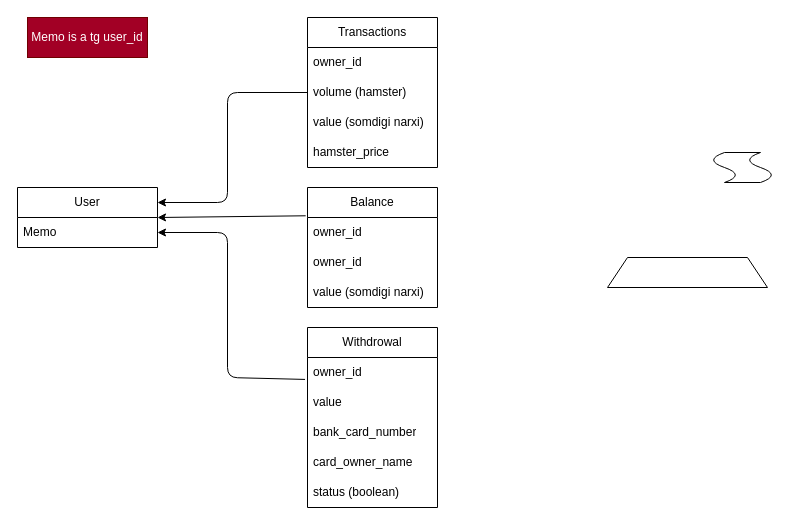
The draw.io diagram draw.io/hamster_db.drawio in AbdurrohmanJCom/Hamster-Service-Bot, before the edit. Source tidied: cells renumbered, new cells numbered last; positions are measured from the earlier drawing's top-left corner, leaving out a move shared by most shapes. Both pictures are drawn from the tidied source at 100%, with x=0, y=0 at pixel (17, 17).
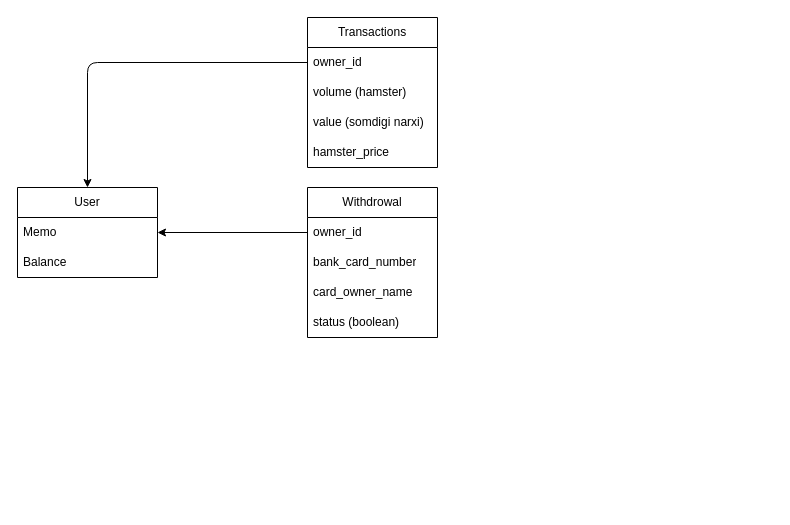
Above is the later version.

Unchanged cells that the change refers to:
```xml
<mxCell id="3" value="Memo" style="text;strokeColor=none;fillColor=none;align=left;verticalAlign=middle;spacingLeft=4;spacingRight=4;overflow=hidden;points=[[0,0.5],[1,0.5]];portConstraint=eastwest;whiteSpace=wrap;html=1;" parent="2" vertex="1">
  <mxGeometry y="30" width="140" height="30" as="geometry" />
</mxCell>
<mxCell id="6" value="owner_id" style="text;strokeColor=none;fillColor=none;align=left;verticalAlign=middle;spacingLeft=4;spacingRight=4;overflow=hidden;points=[[0,0.5],[1,0.5]];portConstraint=eastwest;whiteSpace=wrap;html=1;" parent="5" vertex="1">
  <mxGeometry y="30" width="130" height="30" as="geometry" />
</mxCell>
<mxCell id="7" value="volume (hamster)" style="text;strokeColor=none;fillColor=none;align=left;verticalAlign=middle;spacingLeft=4;spacingRight=4;overflow=hidden;points=[[0,0.5],[1,0.5]];portConstraint=eastwest;whiteSpace=wrap;html=1;" parent="5" vertex="1">
  <mxGeometry y="60" width="130" height="30" as="geometry" />
</mxCell>
<mxCell id="18" value="owner_id" style="text;strokeColor=none;fillColor=none;align=left;verticalAlign=middle;spacingLeft=4;spacingRight=4;overflow=hidden;points=[[0,0.5],[1,0.5]];portConstraint=eastwest;whiteSpace=wrap;html=1;" parent="17" vertex="1">
  <mxGeometry y="30" width="130" height="30" as="geometry" />
</mxCell>
```

What changed in the source:
```diff
@@
     <mxCell id="2" value="User" style="swimlane;fontStyle=0;horizontal=1;startSize=30;whiteSpace=wrap;html=1;" parent="1" vertex="1">
-      <mxGeometry y="170" width="140" height="60" as="geometry" />
+      <mxGeometry y="170" width="140" height="90" as="geometry" />
     </mxCell>
@@
-    <mxCell id="4" value="Memo is a tg user_id" style="text;html=1;strokeColor=#6F0000;fillColor=#a20025;align=center;verticalAlign=middle;whiteSpace=wrap;rounded=0;fontColor=#ffffff;" parent="1" vertex="1">
-      <mxGeometry x="10" width="120" height="40" as="geometry" />
-    </mxCell>
+    <mxCell id="24" value="Balance" style="text;strokeColor=none;fillColor=none;align=left;verticalAlign=middle;spacingLeft=4;spacingRight=4;overflow=hidden;whiteSpace=wrap;html=1;" parent="2" vertex="1">
+      <mxGeometry y="60" width="140" height="30" as="geometry" />
+    </mxCell>
@@
-    <mxCell id="10" value="Balance" style="swimlane;fontStyle=0;horizontal=1;startSize=30;whiteSpace=wrap;html=1;" parent="1" vertex="1">
-      <mxGeometry x="290" y="170" width="130" height="120" as="geometry" />
-    </mxCell>
-    <mxCell id="11" value="owner_id" style="text;strokeColor=none;fillColor=none;align=left;verticalAlign=middle;spacingLeft=4;spacingRight=4;overflow=hidden;points=[[0,0.5],[1,0.5]];portConstraint=eastwest;whiteSpace=wrap;html=1;" parent="10" vertex="1">
-      <mxGeometry y="30" width="130" height="30" as="geometry" />
-    </mxCell>
-    <mxCell id="12" value="owner_id" style="text;strokeColor=none;fillColor=none;align=left;verticalAlign=middle;spacingLeft=4;spacingRight=4;overflow=hidden;whiteSpace=wrap;html=1;" parent="10" vertex="1">
-      <mxGeometry y="60" width="130" height="30" as="geometry" />
-    </mxCell>
-    <mxCell id="13" value="value (somdigi narxi)" style="text;strokeColor=none;fillColor=none;align=left;verticalAlign=middle;spacingLeft=4;spacingRight=4;overflow=hidden;whiteSpace=wrap;html=1;" parent="10" vertex="1">
-      <mxGeometry y="90" width="130" height="30" as="geometry" />
-    </mxCell>
-    <mxCell id="14" style="edgeStyle=none;html=1;exitX=0;exitY=0.5;exitDx=0;exitDy=0;entryX=1;entryY=0.25;entryDx=0;entryDy=0;" parent="1" edge="1" source="7" target="2">
+    <mxCell id="14" style="edgeStyle=none;html=1;exitX=0;exitY=0.5;exitDx=0;exitDy=0;" parent="1" edge="1" source="6" target="2">
       <mxGeometry relative="1" as="geometry">
         <Array as="points">
-          <mxPoint x="210" y="75" />
-          <mxPoint x="210" y="185" />
+          <mxPoint x="70" y="45" />
         </Array>
       </mxGeometry>
     </mxCell>
-    <mxCell id="15" style="edgeStyle=none;html=1;exitX=-0.014;exitY=-0.057;exitDx=0;exitDy=0;exitPerimeter=0;" parent="1" edge="1" source="11">
-      <mxGeometry relative="1" as="geometry">
-        <mxPoint x="140" y="200" as="targetPoint" />
-      </mxGeometry>
-    </mxCell>
-    <mxCell id="16" style="edgeStyle=none;html=1;exitX=-0.019;exitY=0.731;exitDx=0;exitDy=0;entryX=1;entryY=0.5;entryDx=0;entryDy=0;exitPerimeter=0;" parent="1" edge="1" source="18" target="3">
-      <mxGeometry relative="1" as="geometry">
-        <Array as="points">
-          <mxPoint x="210" y="360" />
-          <mxPoint x="210" y="215" />
-        </Array>
-      </mxGeometry>
-    </mxCell>
     <mxCell id="17" value="Withdrowal" style="swimlane;fontStyle=0;horizontal=1;startSize=30;whiteSpace=wrap;html=1;" parent="1" vertex="1">
-      <mxGeometry x="290" y="310" width="130" height="180" as="geometry" />
+      <mxGeometry x="290" y="170" width="130" height="150" as="geometry" />
     </mxCell>
@@
-    <mxCell id="19" value="value" style="text;strokeColor=none;fillColor=none;align=left;verticalAlign=middle;spacingLeft=4;spacingRight=4;overflow=hidden;whiteSpace=wrap;html=1;" parent="17" vertex="1">
-      <mxGeometry y="60" width="130" height="30" as="geometry" />
-    </mxCell>
     <mxCell id="20" value="bank_card_number" style="text;strokeColor=none;fillColor=none;align=left;verticalAlign=middle;spacingLeft=4;spacingRight=4;overflow=hidden;whiteSpace=wrap;html=1;" parent="17" vertex="1">
-      <mxGeometry y="90" width="130" height="30" as="geometry" />
+      <mxGeometry y="60" width="130" height="30" as="geometry" />
     </mxCell>
     <mxCell id="21" value="card_owner_name" style="text;strokeColor=none;fillColor=none;align=left;verticalAlign=middle;spacingLeft=4;spacingRight=4;overflow=hidden;whiteSpace=wrap;html=1;" parent="17" vertex="1">
-      <mxGeometry y="120" width="130" height="30" as="geometry" />
+      <mxGeometry y="90" width="130" height="30" as="geometry" />
     </mxCell>
     <mxCell id="22" value="status (boolean)" style="text;strokeColor=none;fillColor=none;align=left;verticalAlign=middle;spacingLeft=4;spacingRight=4;overflow=hidden;whiteSpace=wrap;html=1;" parent="17" vertex="1">
-      <mxGeometry y="150" width="130" height="30" as="geometry" />
+      <mxGeometry y="120" width="130" height="30" as="geometry" />
     </mxCell>
-    <mxCell id="23" style="shape=trapezoid;perimeter=trapezoidPerimeter;whiteSpace=wrap;html=1;fixedSize=1;" parent="1" vertex="1">
-      <mxGeometry x="590" y="240" width="160" height="30" as="geometry" />
-    </mxCell>
-    <mxCell id="24" style="shape=tape;whiteSpace=wrap;html=1;rotation=-90;" parent="1" vertex="1">
-      <mxGeometry x="710" y="120" width="30" height="60" as="geometry" />
-    </mxCell>
+    <mxCell id="16" style="edgeStyle=none;html=1;entryX=1;entryY=0.5;entryDx=0;entryDy=0;" parent="1" edge="1" source="18" target="3">
+      <mxGeometry relative="1" as="geometry" />
+    </mxCell>
```
